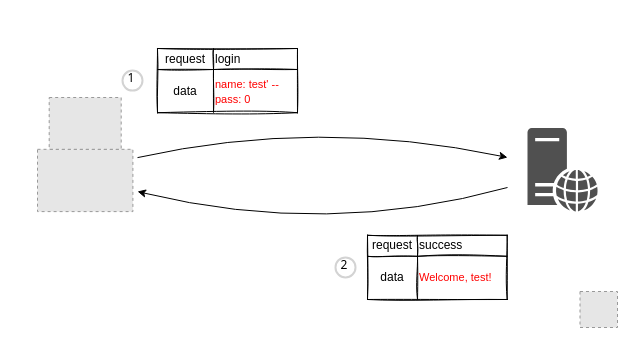
This is sql-injection.drawio from qeeqbox/sql-injection, a draw.io file, before an edit. Source tidied: cells renumbered, new cells numbered last; positions are measured from the earlier drawing's top-left corner, leaving out a move shared by most shapes. Both pictures are drawn from the tidied source at 100%, with x=0, y=0 at pixel (17, 17). Pictures stored in the file or linked from it are replaced by grey dashed boxes.
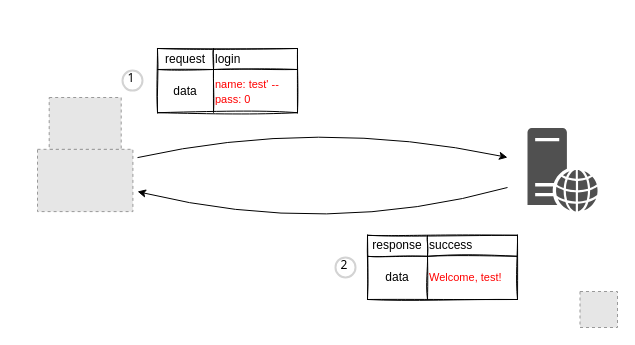
The same diagram, later.

What changed in the source:
```diff
@@
     <mxCell id="19" style="shape=table;html=1;whiteSpace=wrap;startSize=0;childLayout=tableLayout;align=left;rounded=0;shadow=0;sketch=1;arcSize=0;" parent="1" vertex="1">
-      <mxGeometry x="350" y="217.8" width="139.7" height="64.2" as="geometry" />
+      <mxGeometry x="350" y="217.8" width="150" height="64.2" as="geometry" />
     </mxCell>
     <mxCell id="20" style="shape=tableRow;horizontal=0;startSize=0;swimlaneHead=0;swimlaneBody=0;top=0;left=0;bottom=0;right=0;fillColor=none;" parent="19" vertex="1">
-      <mxGeometry width="139.7" height="21" as="geometry" />
+      <mxGeometry width="150" height="21" as="geometry" />
     </mxCell>
-    <mxCell id="21" value="request" style="shape=partialRectangle;html=1;whiteSpace=wrap;fillColor=none;top=0;left=0;bottom=0;right=0;overflow=hidden;" parent="20" vertex="1">
-      <mxGeometry width="50" height="21" as="geometry" />
+    <mxCell id="21" value="response" style="shape=partialRectangle;html=1;whiteSpace=wrap;fillColor=none;top=0;left=0;bottom=0;right=0;overflow=hidden;" parent="20" vertex="1">
+      <mxGeometry width="60" height="21" as="geometry" />
     </mxCell>
     <mxCell id="22" value="&lt;div style=&quot;text-align: center;&quot;&gt;success&lt;br&gt;&lt;/div&gt;" style="shape=partialRectangle;html=1;whiteSpace=wrap;fillColor=none;top=0;left=0;bottom=0;right=0;overflow=hidden;align=left;" parent="20" vertex="1">
-      <mxGeometry x="50" width="90" height="21" as="geometry" />
+      <mxGeometry x="60" width="90" height="21" as="geometry" />
     </mxCell>
     <mxCell id="23" style="shape=tableRow;horizontal=0;startSize=0;swimlaneHead=0;swimlaneBody=0;top=0;left=0;bottom=0;right=0;fillColor=none;" parent="19" vertex="1">
-      <mxGeometry y="21" width="139.7" height="43" as="geometry" />
+      <mxGeometry y="21" width="150" height="43" as="geometry" />
     </mxCell>
     <mxCell id="24" value="data" style="shape=partialRectangle;html=1;whiteSpace=wrap;fillColor=none;top=0;left=0;bottom=0;right=0;overflow=hidden;" parent="23" vertex="1">
-      <mxGeometry width="50" height="43" as="geometry" />
+      <mxGeometry width="60" height="43" as="geometry" />
     </mxCell>
     <mxCell id="25" value="&lt;font color=&quot;#ff0000&quot;&gt;&lt;span style=&quot;font-size: 11px;&quot;&gt;Welcome, test!&lt;/span&gt;&lt;br&gt;&lt;/font&gt;" style="shape=partialRectangle;html=1;whiteSpace=wrap;fillColor=none;top=0;left=0;bottom=0;right=0;overflow=hidden;align=left;" parent="23" vertex="1">
-      <mxGeometry x="50" width="90" height="43" as="geometry" />
+      <mxGeometry x="60" width="90" height="43" as="geometry" />
     </mxCell>
```
